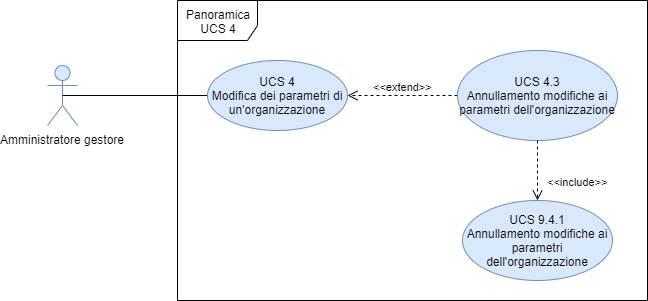
The draw.io diagram DocumentazioneEsterna/AnalisiRequisiti/sezioni/UseCase/Immagini/PS4.png in qb-team/Stalker-Documentazione, before a commit. Source tidied: cells renumbered, new cells last; positions are measured from the earlier drawing's top-left corner, leaving out a move shared by most shapes.
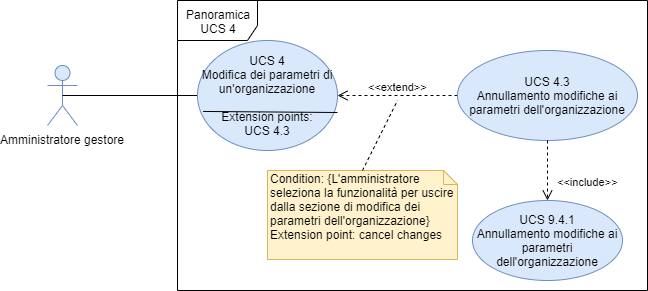
After the commit.

The edit, as a diff of the source:
```diff
@@ -3,7 +3,7 @@
     <mxCell id="0" />
     <mxCell id="1" parent="0" />
     <mxCell id="2" value="Panoramica UCS 4&lt;br&gt;" style="shape=umlFrame;whiteSpace=wrap;html=1;width=80;height=40;" parent="1" vertex="1">
-      <mxGeometry x="130" width="470" height="300" as="geometry" />
+      <mxGeometry x="130" width="470" height="290" as="geometry" />
     </mxCell>
     <mxCell id="3" value="Amministratore gestore" style="shape=umlActor;verticalLabelPosition=bottom;labelBackgroundColor=#ffffff;verticalAlign=top;html=1;fillColor=#dae8fc;strokeColor=#6c8ebf;" parent="1" vertex="1">
       <mxGeometry y="65" width="30" height="60" as="geometry" />
@@ -11,20 +11,33 @@
     <mxCell id="4" style="endArrow=none;html=1;exitX=0.5;exitY=0.5;exitDx=0;exitDy=0;exitPerimeter=0;entryX=0;entryY=0.5;entryDx=0;entryDy=0;" parent="1" edge="1" source="3" target="5">
       <mxGeometry relative="1" as="geometry" />
     </mxCell>
-    <mxCell id="5" value="UCS 4&lt;br&gt;Modifica dei parametri di un'organizzazione" style="ellipse;whiteSpace=wrap;html=1;fillColor=#dae8fc;strokeColor=#6c8ebf;" parent="1" vertex="1">
-      <mxGeometry x="160" y="60" width="140" height="70" as="geometry" />
+    <mxCell id="5" value="UCS 4&lt;br&gt;Modifica dei parametri di un'organizzazione&lt;br&gt;&lt;br&gt;Extension points:&lt;br&gt;UCS 4.3" style="ellipse;whiteSpace=wrap;html=1;fillColor=#dae8fc;strokeColor=#6c8ebf;" parent="1" vertex="1">
+      <mxGeometry x="150" y="40" width="140" height="110" as="geometry" />
     </mxCell>
     <mxCell id="6" value="&amp;lt;&amp;lt;extend&amp;gt;&amp;gt;" style="html=1;verticalAlign=bottom;endArrow=open;dashed=1;endSize=8;exitX=0;exitY=0.5;exitDx=0;exitDy=0;entryX=1;entryY=0.5;entryDx=0;entryDy=0;" parent="1" edge="1" source="7" target="5">
       <mxGeometry relative="1" as="geometry" />
     </mxCell>
     <mxCell id="7" value="UCS 4.3&lt;br&gt;Annullamento modifiche ai parametri dell'organizzazione" style="ellipse;whiteSpace=wrap;html=1;fillColor=#dae8fc;strokeColor=#6c8ebf;" parent="1" vertex="1">
-      <mxGeometry x="410" y="50" width="160" height="90" as="geometry" />
+      <mxGeometry x="410" y="50" width="180" height="90" as="geometry" />
     </mxCell>
     <mxCell id="8" value="&amp;lt;&amp;lt;include&amp;gt;&amp;gt;" style="html=1;verticalAlign=bottom;endArrow=open;dashed=1;endSize=8;exitX=0.5;exitY=1;exitDx=0;exitDy=0;entryX=0.5;entryY=0;entryDx=0;entryDy=0;" parent="1" edge="1" source="7" target="9">
       <mxGeometry x="0.67" y="40" relative="1" as="geometry" />
     </mxCell>
     <mxCell id="9" value="UCS 9.4.1&lt;br&gt;Annullamento modifiche ai parametri dell'organizzazione" style="ellipse;whiteSpace=wrap;html=1;fillColor=#dae8fc;strokeColor=#6c8ebf;" parent="1" vertex="1">
-      <mxGeometry x="415" y="200" width="150" height="80" as="geometry" />
+      <mxGeometry x="425" y="200" width="150" height="80" as="geometry" />
     </mxCell>
+    <mxCell id="10" value="Condition: {L'amministratore seleziona la funzionalità per uscire dalla sezione di modifica dei parametri dell'organizzazione}&lt;br&gt;Extension point: cancel changes" style="shape=note;whiteSpace=wrap;html=1;size=14;verticalAlign=top;align=left;spacingTop=-6;fillColor=#fff2cc;strokeColor=#d6b656;" parent="1" vertex="1">
+      <mxGeometry x="220" y="170" width="190" height="89" as="geometry" />
+    </mxCell>
+    <mxCell id="11" style="endArrow=none;dashed=1;html=1;exitX=0.5;exitY=0;exitDx=0;exitDy=0;exitPerimeter=0;" parent="1" edge="1" source="10">
+      <mxGeometry relative="1" as="geometry">
+        <mxPoint x="350" y="100" as="targetPoint" />
+      </mxGeometry>
+    </mxCell>
+    <mxCell id="12" style="endArrow=none;html=1;exitX=0.04;exitY=0.645;exitDx=0;exitDy=0;exitPerimeter=0;" parent="1" edge="1" source="5">
+      <mxGeometry relative="1" as="geometry">
+        <mxPoint x="290" y="112" as="targetPoint" />
+      </mxGeometry>
+    </mxCell>
   </root>
 </mxGraphModel>
```
